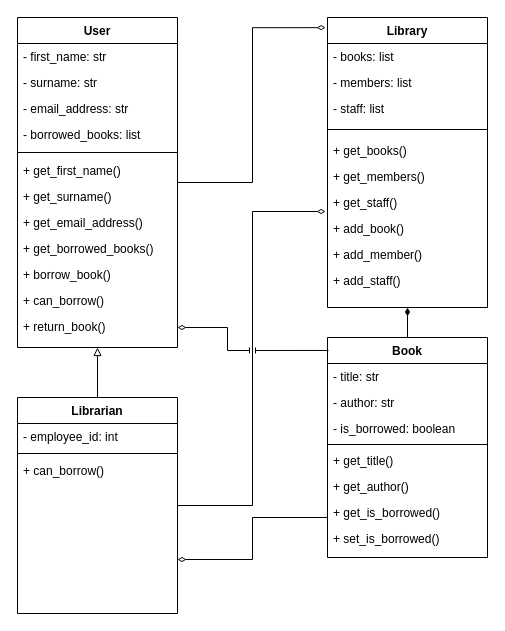
The draw.io diagram docs/lms_class_diagram.drawio in JoshuaBilsland/library-management-system, before the edit. Source tidied: cells renumbered, new cells numbered last; positions are measured from the earlier drawing's top-left corner, leaving out a move shared by most shapes. Both pictures are drawn from the tidied source at 100%, with x=0, y=0 at pixel (17, 17).
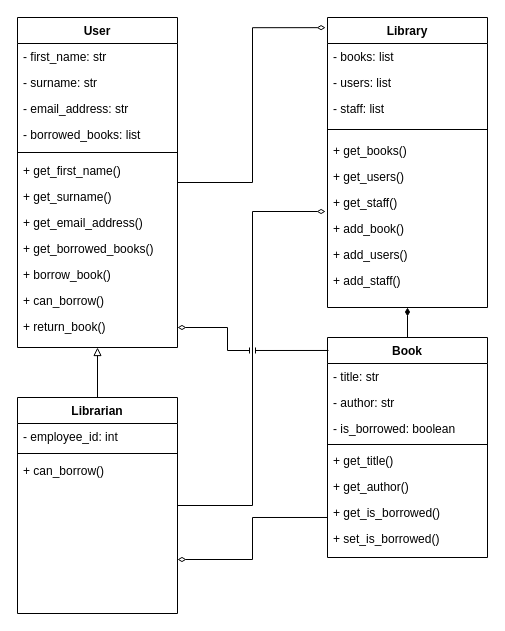
The same page after the edit.

Commit message (it also covers changes not shown here):
feat: add librarian class

The change refers to these unchanged cells:
```xml
<mxCell id="16" value="Library" style="swimlane;fontStyle=1;align=center;verticalAlign=top;horizontal=1;startSize=26;rounded=0;shadow=0;strokeWidth=1;" parent="1" vertex="1">
  <mxGeometry x="310" width="160" height="290" as="geometry" />
</mxCell>
```

Diff of the diagram source:
```diff
@@
-    <mxCell id="18" value="- members: list" style="text;align=left;verticalAlign=top;spacingLeft=4;spacingRight=4;overflow=hidden;rounded=0;shadow=0;html=0;" parent="16" vertex="1">
+    <mxCell id="18" value="- users: list" style="text;align=left;verticalAlign=top;spacingLeft=4;spacingRight=4;overflow=hidden;rounded=0;shadow=0;html=0;" parent="16" vertex="1">
       <mxGeometry y="52" width="160" height="26" as="geometry" />
     </mxCell>
@@
-    <mxCell id="22" value="+ get_members()" style="text;strokeColor=none;fillColor=none;align=left;verticalAlign=top;spacingLeft=4;spacingRight=4;overflow=hidden;whiteSpace=wrap;html=1;" parent="16" vertex="1">
+    <mxCell id="22" value="+ get_users()" style="text;strokeColor=none;fillColor=none;align=left;verticalAlign=top;spacingLeft=4;spacingRight=4;overflow=hidden;whiteSpace=wrap;html=1;" parent="16" vertex="1">
       <mxGeometry y="146" width="160" height="26" as="geometry" />
     </mxCell>
@@
-    <mxCell id="25" value="+ add_member()" style="text;strokeColor=none;fillColor=none;align=left;verticalAlign=top;spacingLeft=4;spacingRight=4;overflow=hidden;whiteSpace=wrap;html=1;" parent="16" vertex="1">
+    <mxCell id="25" value="+ add_users()" style="text;strokeColor=none;fillColor=none;align=left;verticalAlign=top;spacingLeft=4;spacingRight=4;overflow=hidden;whiteSpace=wrap;html=1;" parent="16" vertex="1">
       <mxGeometry y="224" width="160" height="26" as="geometry" />
     </mxCell>
```
